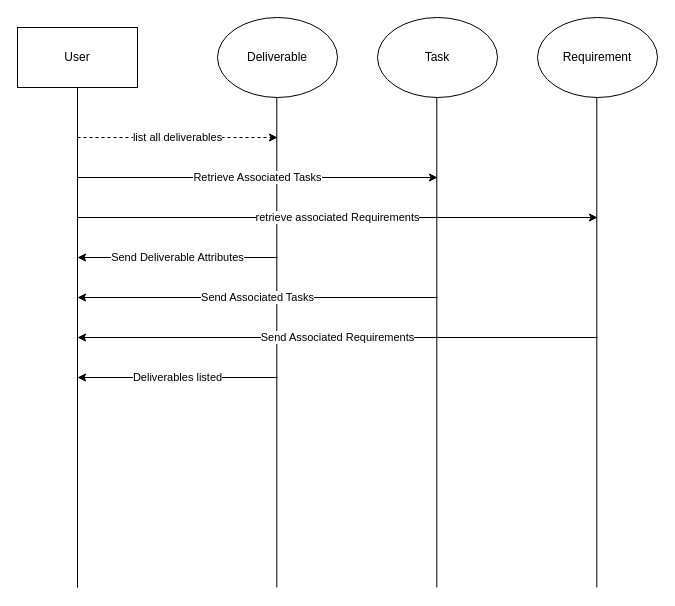
The draw.io diagram diagrams/list Deliverable.drawio in alicebalayan/comp380---project3, before the edit. Source tidied: cells renumbered, new cells numbered last; positions are measured from the earlier drawing's top-left corner, leaving out a move shared by most shapes. Both pictures are drawn from the tidied source at 100%, with x=0, y=0 at pixel (17, 17).
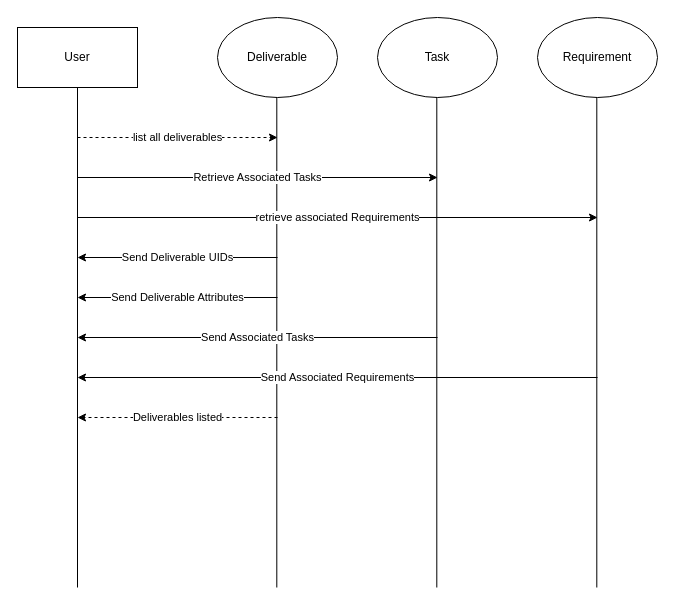
The same diagram, later.

The edit, as a diff of the source:
```diff
@@
     <mxCell id="12" value="Send Deliverable Attributes" style="endArrow=classic;html=1;" parent="1" edge="1">
       <mxGeometry relative="1" as="geometry">
-        <mxPoint x="260" y="240" as="sourcePoint" />
-        <mxPoint x="60" y="240" as="targetPoint" />
+        <mxPoint x="260" y="280" as="sourcePoint" />
+        <mxPoint x="60" y="280" as="targetPoint" />
       </mxGeometry>
     </mxCell>
     <mxCell id="13" value="Send Associated Tasks" style="endArrow=classic;html=1;" parent="1" edge="1">
       <mxGeometry relative="1" as="geometry">
-        <mxPoint x="420" y="280" as="sourcePoint" />
-        <mxPoint x="60" y="280" as="targetPoint" />
+        <mxPoint x="420" y="320" as="sourcePoint" />
+        <mxPoint x="60" y="320" as="targetPoint" />
       </mxGeometry>
     </mxCell>
     <mxCell id="14" value="Send Associated Requirements" style="endArrow=classic;html=1;" parent="1" edge="1">
       <mxGeometry relative="1" as="geometry">
-        <mxPoint x="580" y="320" as="sourcePoint" />
-        <mxPoint x="60" y="320" as="targetPoint" />
+        <mxPoint x="580" y="360" as="sourcePoint" />
+        <mxPoint x="60" y="360" as="targetPoint" />
       </mxGeometry>
     </mxCell>
-    <mxCell id="15" value="Deliverables listed" style="endArrow=classic;html=1;" parent="1" edge="1">
+    <mxCell id="15" value="Deliverables listed" style="endArrow=classic;html=1;dashed=1;" parent="1" edge="1">
       <mxGeometry relative="1" as="geometry">
-        <mxPoint x="260" y="360" as="sourcePoint" />
-        <mxPoint x="60" y="360" as="targetPoint" />
+        <mxPoint x="260" y="400" as="sourcePoint" />
+        <mxPoint x="60" y="400" as="targetPoint" />
       </mxGeometry>
     </mxCell>
@@
+    <mxCell id="17" value="Send Deliverable UIDs" style="endArrow=classic;html=1;" parent="1" edge="1">
+      <mxGeometry relative="1" as="geometry">
+        <mxPoint x="260" y="240" as="sourcePoint" />
+        <mxPoint x="60" y="240" as="targetPoint" />
+      </mxGeometry>
+    </mxCell>
```
